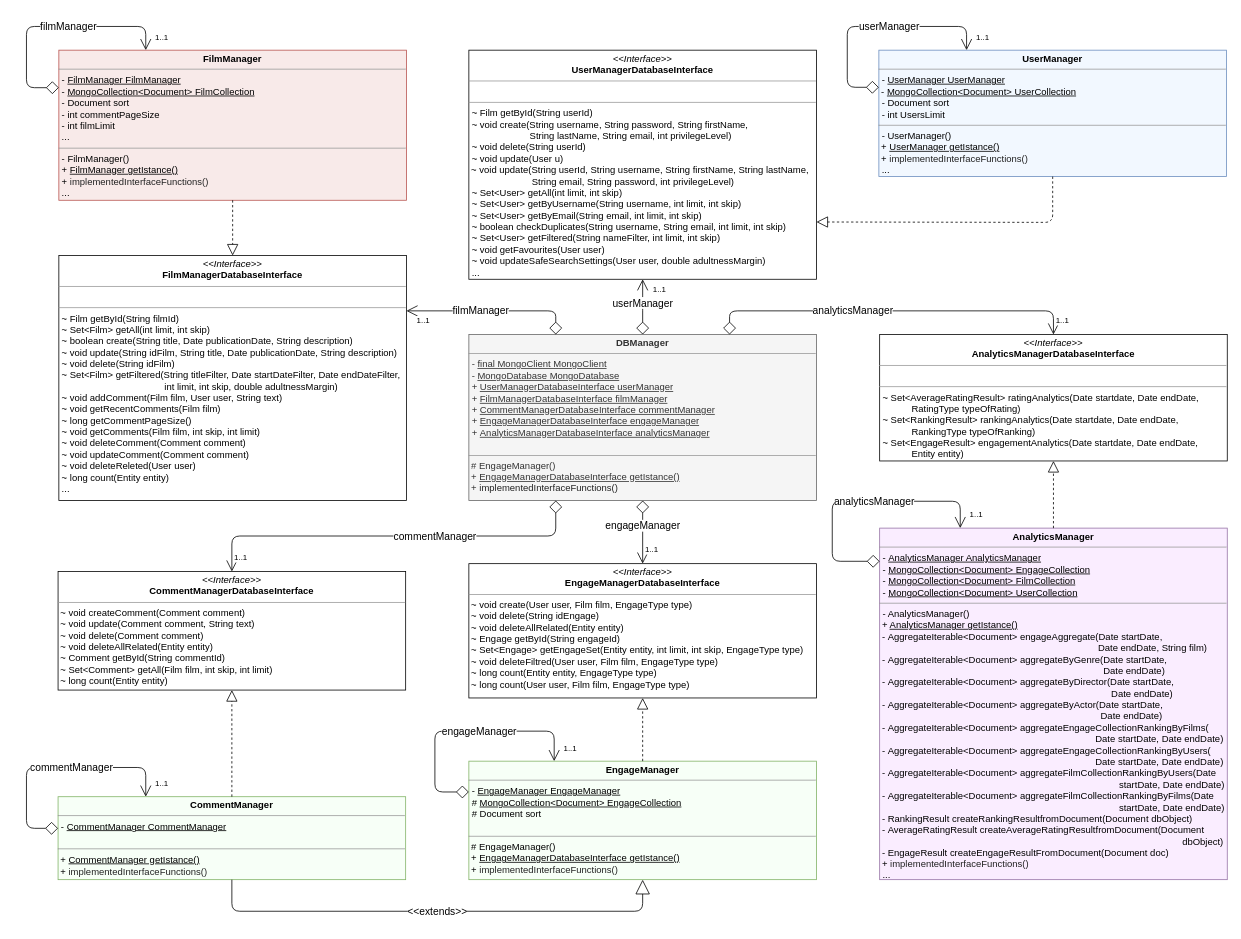
Earlier version of the draw.io diagram Task2/Documentation/Diagrams/DBmanager.drawio (unipi-fr/LargeScaleMultiStructureDatabases). Source tidied: cells renumbered, new cells numbered last; positions are measured from the earlier drawing's top-left corner, leaving out a move shared by most shapes. Both pictures are drawn from the tidied source at 79%, with x=0, y=0 at pixel (26, 26).
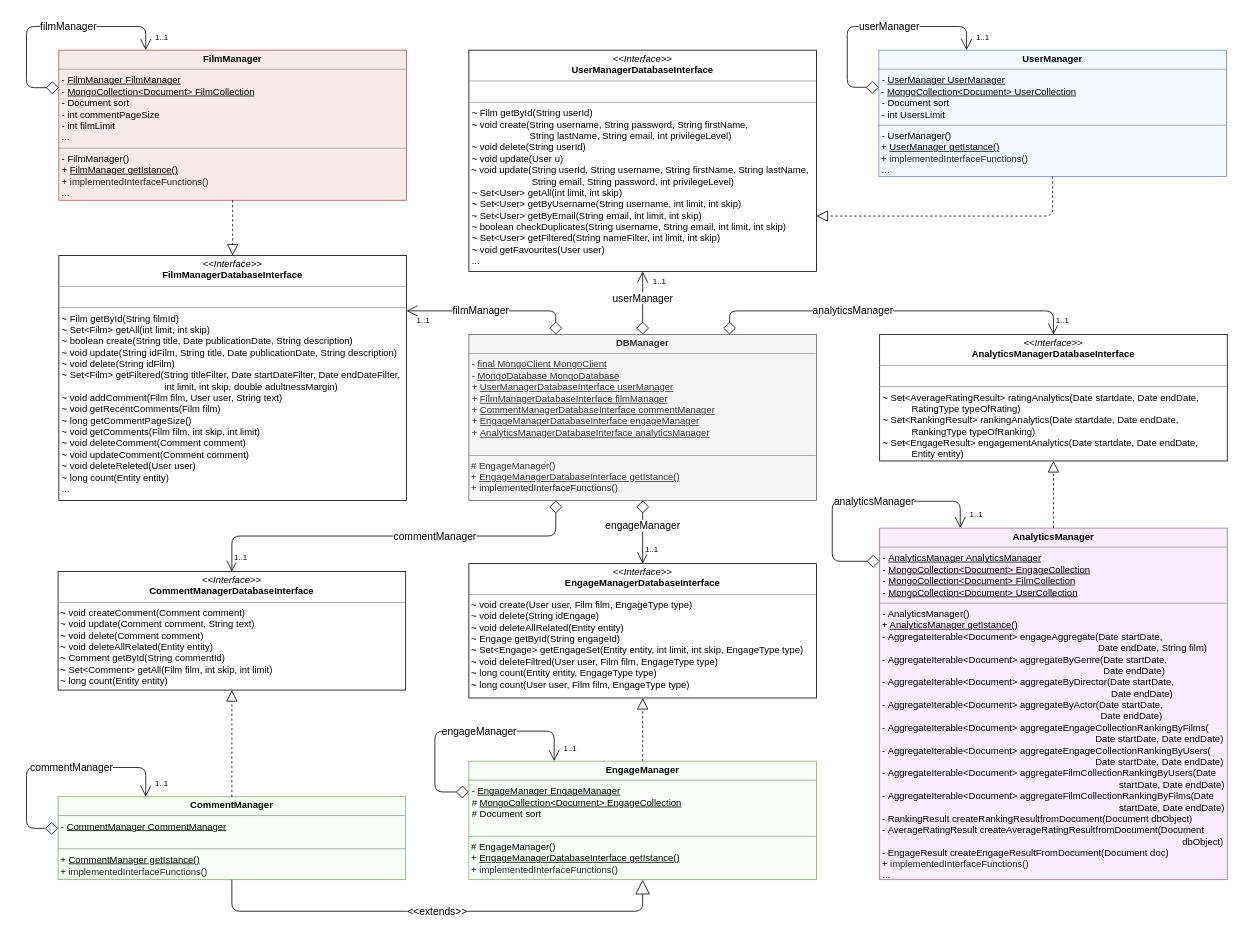
The same diagram, later.

Unchanged cells that the change refers to:
```xml
<mxCell id="4" value="&lt;p style=&quot;margin: 0px ; margin-top: 4px ; text-align: center&quot;&gt;&lt;b&gt;UserManager&lt;/b&gt;&lt;/p&gt;&lt;hr size=&quot;1&quot;&gt;&lt;p style=&quot;margin: 0px ; margin-left: 4px&quot;&gt;- &lt;u&gt;UserManager UserManager&lt;/u&gt;&lt;/p&gt;&amp;nbsp;-&amp;nbsp;&lt;u&gt;MongoCollection&amp;lt;Document&amp;gt; UserCollection&lt;/u&gt;&lt;br&gt;&lt;p style=&quot;margin: 0px ; margin-left: 4px&quot;&gt;-&amp;nbsp;Document sort&lt;/p&gt;&lt;p style=&quot;margin: 0px ; margin-left: 4px&quot;&gt;-&amp;nbsp;int UsersLimit&lt;/p&gt;&lt;hr size=&quot;1&quot;&gt;&lt;p style=&quot;margin: 0px ; margin-left: 4px&quot;&gt;- UserManager()&lt;/p&gt;&amp;nbsp;+&amp;nbsp;&lt;u&gt;UserManager getIstance()&lt;/u&gt;&lt;br&gt;&lt;span&gt;&amp;nbsp;+&amp;nbsp;&lt;/span&gt;&lt;span style=&quot;font-family: inherit ; color: rgb(34 , 34 , 34) ; white-space: pre-wrap&quot;&gt;implementedInterfaceFunctions()&lt;/span&gt;&lt;u&gt;&lt;br&gt;&lt;/u&gt;&lt;p style=&quot;margin: 0px ; margin-left: 4px&quot;&gt;...&lt;/p&gt;" style="verticalAlign=top;align=left;overflow=fill;fontSize=12;fontFamily=Helvetica;html=1;fillColor=#F2F8FF;strokeColor=#6c8ebf;gradientDirection=west;" parent="1" vertex="1">
  <mxGeometry x="1079" y="30" width="440" height="160" as="geometry" />
</mxCell>
```

Change to the diagram source:
```diff
@@
-    <mxCell id="5" value="&lt;p style=&quot;margin: 0px ; margin-top: 4px ; text-align: center&quot;&gt;&lt;i&gt;&amp;lt;&amp;lt;Interface&amp;gt;&amp;gt;&lt;/i&gt;&lt;br&gt;&lt;b&gt;UserManager&lt;/b&gt;&lt;b&gt;DatabaseInterface&lt;/b&gt;&lt;br&gt;&lt;/p&gt;&lt;hr size=&quot;1&quot;&gt;&lt;p style=&quot;margin: 0px ; margin-left: 4px&quot;&gt;&lt;br&gt;&lt;/p&gt;&lt;hr size=&quot;1&quot;&gt;&lt;p style=&quot;margin: 0px ; margin-left: 4px&quot;&gt;~&amp;nbsp;&lt;font color=&quot;#000000&quot;&gt;Film getById(String userId)&lt;/font&gt;&lt;/p&gt;&lt;p style=&quot;color: rgb(0 , 0 , 0) ; margin: 0px 0px 0px 4px&quot;&gt;~ void create(String username, String password, String firstName, &lt;br&gt;&amp;nbsp; &amp;nbsp; &amp;nbsp; &amp;nbsp; &amp;nbsp; &amp;nbsp; &amp;nbsp; &amp;nbsp; &amp;nbsp; &amp;nbsp; &amp;nbsp; String lastName, String email, int privilegeLevel)&lt;/p&gt;&lt;p style=&quot;color: rgb(0 , 0 , 0) ; margin: 0px 0px 0px 4px&quot;&gt;~ void delete(String userId)&lt;/p&gt;&lt;p style=&quot;color: rgb(0 , 0 , 0) ; margin: 0px 0px 0px 4px&quot;&gt;~&amp;nbsp;void update(User u)&lt;/p&gt;&lt;p style=&quot;color: rgb(0 , 0 , 0) ; margin: 0px 0px 0px 4px&quot;&gt;&lt;/p&gt;&lt;font color=&quot;#000000&quot;&gt;&amp;nbsp;~ void update(String userId, String username, String firstName, String lastName,&lt;br&gt;&amp;nbsp; &amp;nbsp; &amp;nbsp; &amp;nbsp; &amp;nbsp; &amp;nbsp; &amp;nbsp; &amp;nbsp; &amp;nbsp; &amp;nbsp; &amp;nbsp; &amp;nbsp; String email, String password, int privilegeLevel)&lt;/font&gt;&lt;p style=&quot;color: rgb(0 , 0 , 0) ; margin: 0px 0px 0px 4px&quot;&gt;~&amp;nbsp;Set&amp;lt;User&amp;gt; getAll(int limit, int skip)&lt;/p&gt;&lt;p style=&quot;color: rgb(0 , 0 , 0) ; margin: 0px 0px 0px 4px&quot;&gt;~&amp;nbsp;Set&amp;lt;User&amp;gt; getByUsername(String username, int limit, int skip)&lt;/p&gt;&lt;p style=&quot;color: rgb(0 , 0 , 0) ; margin: 0px 0px 0px 4px&quot;&gt;~&amp;nbsp;Set&amp;lt;User&amp;gt; getByEmail(String email, int limit, int skip)&lt;br&gt;~&amp;nbsp;boolean checkDuplicates(String username, String email, int limit, int skip)&lt;/p&gt;&lt;p style=&quot;color: rgb(0 , 0 , 0) ; margin: 0px 0px 0px 4px&quot;&gt;~&amp;nbsp;Set&amp;lt;User&amp;gt; getFiltered(String nameFilter, int limit, int skip)&lt;/p&gt;&lt;p style=&quot;color: rgb(0 , 0 , 0) ; margin: 0px 0px 0px 4px&quot;&gt;~&amp;nbsp;void getFavourites(User user)&lt;/p&gt;&lt;p style=&quot;color: rgb(0 , 0 , 0) ; margin: 0px 0px 0px 4px&quot;&gt;~&amp;nbsp;void updateSafeSearchSettings(User user, double adultnessMargin)&lt;/p&gt;&lt;p style=&quot;color: rgb(0 , 0 , 0) ; margin: 0px 0px 0px 4px&quot;&gt;...&lt;/p&gt;" style="verticalAlign=top;align=left;overflow=fill;fontSize=12;fontFamily=Helvetica;html=1;" parent="1" vertex="1">
-      <mxGeometry x="560" y="30" width="440" height="290" as="geometry" />
+    <mxCell id="5" value="&lt;p style=&quot;margin: 0px ; margin-top: 4px ; text-align: center&quot;&gt;&lt;i&gt;&amp;lt;&amp;lt;Interface&amp;gt;&amp;gt;&lt;/i&gt;&lt;br&gt;&lt;b&gt;UserManager&lt;/b&gt;&lt;b&gt;DatabaseInterface&lt;/b&gt;&lt;br&gt;&lt;/p&gt;&lt;hr size=&quot;1&quot;&gt;&lt;p style=&quot;margin: 0px ; margin-left: 4px&quot;&gt;&lt;br&gt;&lt;/p&gt;&lt;hr size=&quot;1&quot;&gt;&lt;p style=&quot;margin: 0px ; margin-left: 4px&quot;&gt;~&amp;nbsp;&lt;font color=&quot;#000000&quot;&gt;Film getById(String userId)&lt;/font&gt;&lt;/p&gt;&lt;p style=&quot;color: rgb(0 , 0 , 0) ; margin: 0px 0px 0px 4px&quot;&gt;~ void create(String username, String password, String firstName, &lt;br&gt;&amp;nbsp; &amp;nbsp; &amp;nbsp; &amp;nbsp; &amp;nbsp; &amp;nbsp; &amp;nbsp; &amp;nbsp; &amp;nbsp; &amp;nbsp; &amp;nbsp; String lastName, String email, int privilegeLevel)&lt;/p&gt;&lt;p style=&quot;color: rgb(0 , 0 , 0) ; margin: 0px 0px 0px 4px&quot;&gt;~ void delete(String userId)&lt;/p&gt;&lt;p style=&quot;color: rgb(0 , 0 , 0) ; margin: 0px 0px 0px 4px&quot;&gt;~&amp;nbsp;void update(User u)&lt;/p&gt;&lt;p style=&quot;color: rgb(0 , 0 , 0) ; margin: 0px 0px 0px 4px&quot;&gt;&lt;/p&gt;&lt;font color=&quot;#000000&quot;&gt;&amp;nbsp;~ void update(String userId, String username, String firstName, String lastName,&lt;br&gt;&amp;nbsp; &amp;nbsp; &amp;nbsp; &amp;nbsp; &amp;nbsp; &amp;nbsp; &amp;nbsp; &amp;nbsp; &amp;nbsp; &amp;nbsp; &amp;nbsp; &amp;nbsp; String email, String password, int privilegeLevel)&lt;/font&gt;&lt;p style=&quot;color: rgb(0 , 0 , 0) ; margin: 0px 0px 0px 4px&quot;&gt;~&amp;nbsp;Set&amp;lt;User&amp;gt; getAll(int limit, int skip)&lt;/p&gt;&lt;p style=&quot;color: rgb(0 , 0 , 0) ; margin: 0px 0px 0px 4px&quot;&gt;~&amp;nbsp;Set&amp;lt;User&amp;gt; getByUsername(String username, int limit, int skip)&lt;/p&gt;&lt;p style=&quot;color: rgb(0 , 0 , 0) ; margin: 0px 0px 0px 4px&quot;&gt;~&amp;nbsp;Set&amp;lt;User&amp;gt; getByEmail(String email, int limit, int skip)&lt;br&gt;~&amp;nbsp;boolean checkDuplicates(String username, String email, int limit, int skip)&lt;/p&gt;&lt;p style=&quot;color: rgb(0 , 0 , 0) ; margin: 0px 0px 0px 4px&quot;&gt;~&amp;nbsp;Set&amp;lt;User&amp;gt; getFiltered(String nameFilter, int limit, int skip)&lt;/p&gt;&lt;p style=&quot;color: rgb(0 , 0 , 0) ; margin: 0px 0px 0px 4px&quot;&gt;~&amp;nbsp;void getFavourites(User user)&lt;/p&gt;&lt;p style=&quot;color: rgb(0 , 0 , 0) ; margin: 0px 0px 0px 4px&quot;&gt;...&lt;/p&gt;" style="verticalAlign=top;align=left;overflow=fill;fontSize=12;fontFamily=Helvetica;html=1;" parent="1" vertex="1">
+      <mxGeometry x="560" y="30" width="440" height="280" as="geometry" />
     </mxCell>
@@
     <mxCell id="32" style="endArrow=block;dashed=1;endFill=0;endSize=12;html=1;fontSize=13;entryX=1;entryY=0.75;entryDx=0;entryDy=0;exitX=0.5;exitY=1;exitDx=0;exitDy=0;" parent="1" edge="1" source="4" target="5">
       <mxGeometry relative="1" as="geometry">
         <Array as="points">
-          <mxPoint x="1299" y="248" />
+          <mxPoint x="1299" y="240" />
         </Array>
       </mxGeometry>
     </mxCell>
```
